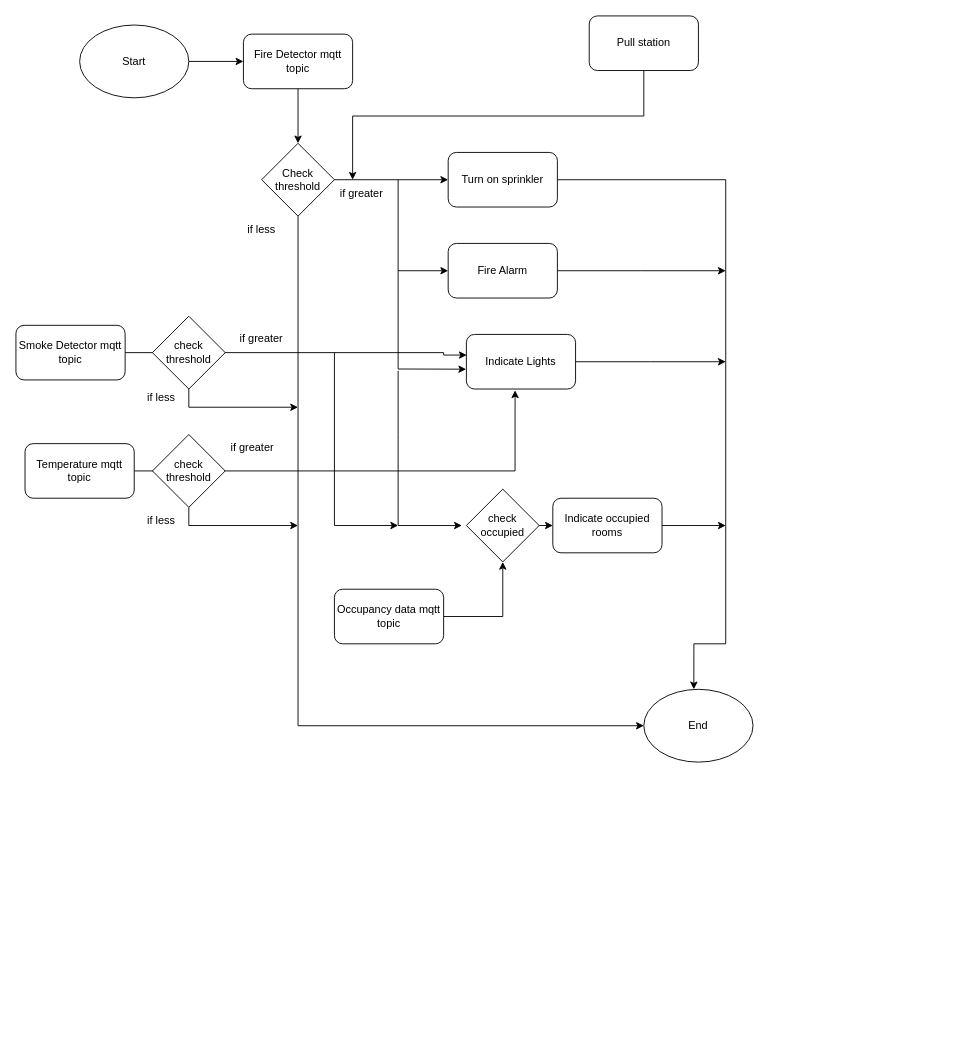
cepdnaclk/e17-co326-Smart-Building keeps this draw.io diagram as Group_G/_flows/fire_alarm.drawio. Above is the earlier version. Source tidied: cells renumbered, new cells numbered last; positions are measured from the earlier drawing's top-left corner, leaving out a move shared by most shapes. Both pictures are drawn from the tidied source at 91%, with x=0, y=0 at pixel (15, 15).
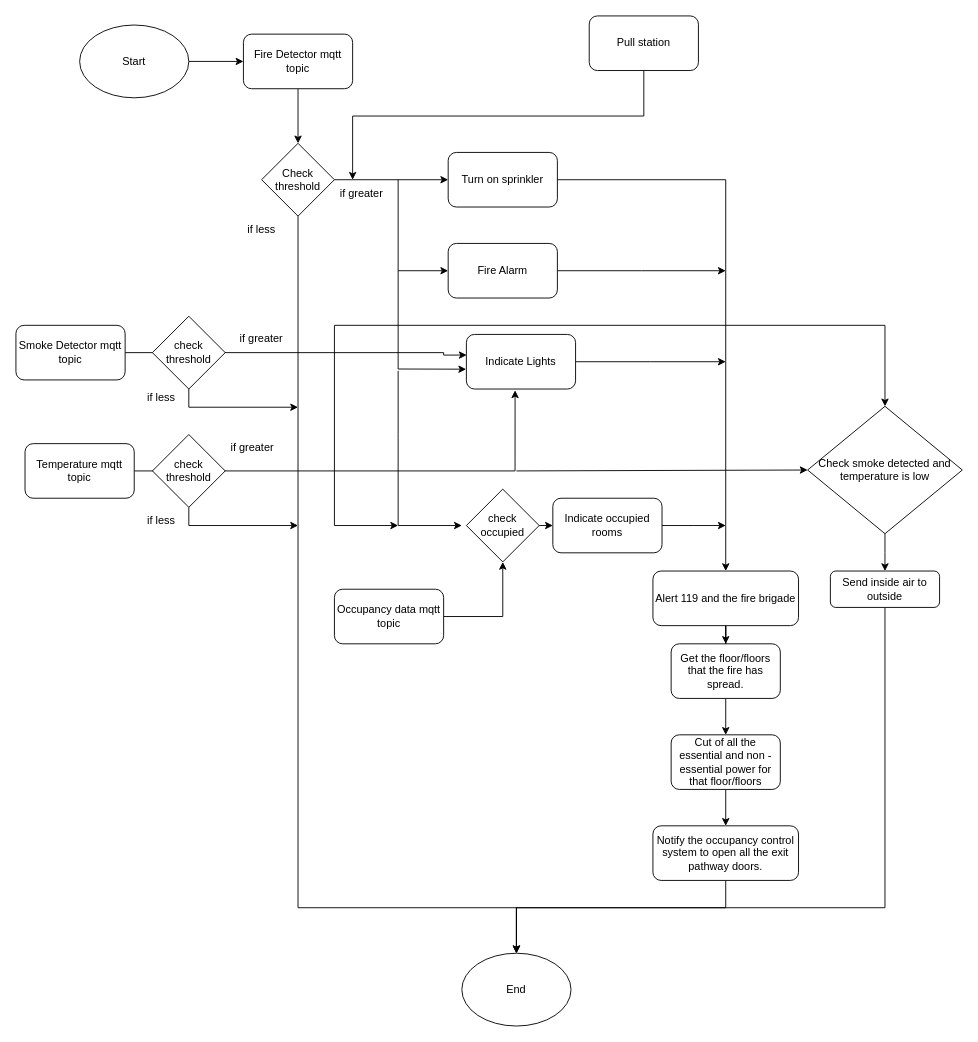
After the change.

Commit message:
Improved fire control flow

Unchanged cells that the change refers to:
```xml
<mxCell id="9" value="Check threshold" style="rhombus;whiteSpace=wrap;html=1;" parent="1" vertex="1">
  <mxGeometry x="270" y="140" width="80" height="80" as="geometry" />
</mxCell>
<mxCell id="11" value="Turn on sprinkler" style="rounded=1;whiteSpace=wrap;html=1;" parent="1" vertex="1">
  <mxGeometry x="475" y="150" width="120" height="60" as="geometry" />
</mxCell>
```

Change to the diagram source:
```diff
@@
     <mxCell id="4" value="End" style="ellipse;whiteSpace=wrap;html=1;" parent="1" vertex="1">
-      <mxGeometry x="690" y="740" width="120" height="80" as="geometry" />
+      <mxGeometry x="490" y="1030" width="120" height="80" as="geometry" />
     </mxCell>
@@
-    <mxCell id="8" style="edgeStyle=orthogonalEdgeStyle;rounded=0;jettySize=auto;html=1;entryX=0;entryY=0.5;entryDx=0;entryDy=0;" parent="1" edge="1" source="9" target="4">
+    <mxCell id="8" style="edgeStyle=orthogonalEdgeStyle;rounded=0;jettySize=auto;html=1;entryX=0.5;entryY=0;entryDx=0;entryDy=0;" parent="1" edge="1" source="9" target="4">
       <mxGeometry relative="1" as="geometry">
         <Array as="points">
-          <mxPoint x="310" y="780" />
+          <mxPoint x="310" y="980" />
+          <mxPoint x="550" y="980" />
         </Array>
       </mxGeometry>
     </mxCell>
@@
-    <mxCell id="10" style="edgeStyle=orthogonalEdgeStyle;rounded=0;jettySize=auto;html=1;exitX=1;exitY=0.5;exitDx=0;exitDy=0;entryX=0.458;entryY=0;entryDx=0;entryDy=0;entryPerimeter=0;" parent="1" edge="1" source="11" target="4">
-      <mxGeometry relative="1" as="geometry">
-        <Array as="points">
-          <mxPoint x="780" y="180" />
-          <mxPoint x="780" y="690" />
-        </Array>
-      </mxGeometry>
-    </mxCell>
+    <mxCell id="42" style="edgeStyle=orthogonalEdgeStyle;rounded=0;jettySize=auto;html=1;exitX=1;exitY=0.5;exitDx=0;exitDy=0;entryX=0.5;entryY=0;entryDx=0;entryDy=0;" parent="1" edge="1" source="11" target="56">
+      <mxGeometry relative="1" as="geometry">
+        <Array as="points">
+          <mxPoint x="780" y="180" />
+        </Array>
+      </mxGeometry>
+    </mxCell>
@@
+    <mxCell id="43" style="edgeStyle=orthogonalEdgeStyle;rounded=0;jettySize=auto;html=1;" parent="1" edge="1" source="44" target="46">
+      <mxGeometry relative="1" as="geometry" />
+    </mxCell>
+    <mxCell id="44" value="Cut of all the essential and non -essential power for that floor/floors" style="rounded=1;whiteSpace=wrap;html=1;" parent="1" vertex="1">
+      <mxGeometry x="720" y="790" width="120" height="60" as="geometry" />
+    </mxCell>
+    <mxCell id="45" style="edgeStyle=orthogonalEdgeStyle;rounded=0;jettySize=auto;html=1;entryX=0.5;entryY=0;entryDx=0;entryDy=0;" parent="1" edge="1" source="46" target="4">
+      <mxGeometry relative="1" as="geometry">
+        <Array as="points">
+          <mxPoint x="780" y="980" />
+          <mxPoint x="550" y="980" />
+        </Array>
+      </mxGeometry>
+    </mxCell>
+    <mxCell id="46" value="Notify the occupancy control system to open all the exit pathway doors." style="whiteSpace=wrap;html=1;rounded=1;" parent="1" vertex="1">
+      <mxGeometry x="700" y="890" width="160" height="60" as="geometry" />
+    </mxCell>
+    <mxCell id="47" style="endArrow=classic;html=1;rounded=0;entryX=0.5;entryY=0;entryDx=0;entryDy=0;" parent="1" edge="1" target="50">
+      <mxGeometry relative="1" as="geometry">
+        <mxPoint x="350" y="370" as="sourcePoint" />
+        <Array as="points">
+          <mxPoint x="350" y="340" />
+          <mxPoint x="955" y="340" />
+        </Array>
+      </mxGeometry>
+    </mxCell>
+    <mxCell id="48" style="endArrow=classic;html=1;rounded=0;entryX=0;entryY=0.5;entryDx=0;entryDy=0;" parent="1" edge="1" target="50">
+      <mxGeometry relative="1" as="geometry">
+        <mxPoint x="550" y="500" as="sourcePoint" />
+      </mxGeometry>
+    </mxCell>
+    <mxCell id="49" style="edgeStyle=orthogonalEdgeStyle;rounded=0;jettySize=auto;html=1;" parent="1" edge="1" source="50">
+      <mxGeometry relative="1" as="geometry">
+        <mxPoint x="955" y="610" as="targetPoint" />
+      </mxGeometry>
+    </mxCell>
+    <mxCell id="50" value="Check smoke detected and temperature is low" style="rhombus;whiteSpace=wrap;html=1;" parent="1" vertex="1">
+      <mxGeometry x="870" y="429" width="170" height="140" as="geometry" />
+    </mxCell>
+    <mxCell id="51" style="edgeStyle=orthogonalEdgeStyle;rounded=0;jettySize=auto;html=1;" parent="1" edge="1" source="52">
+      <mxGeometry relative="1" as="geometry">
+        <mxPoint x="550" y="1030" as="targetPoint" />
+        <Array as="points">
+          <mxPoint x="955" y="980" />
+          <mxPoint x="550" y="980" />
+        </Array>
+      </mxGeometry>
+    </mxCell>
+    <mxCell id="52" value="Send inside air to outside" style="rounded=1;whiteSpace=wrap;html=1;" parent="1" vertex="1">
+      <mxGeometry x="895" y="610" width="120" height="40" as="geometry" />
+    </mxCell>
+    <mxCell id="53" style="edgeStyle=orthogonalEdgeStyle;rounded=0;jettySize=auto;html=1;" parent="1" edge="1" source="54" target="44">
+      <mxGeometry relative="1" as="geometry" />
+    </mxCell>
+    <mxCell id="54" value="Get the floor/floors that the fire has spread." style="rounded=1;whiteSpace=wrap;html=1;" parent="1" vertex="1">
+      <mxGeometry x="720" y="690" width="120" height="60" as="geometry" />
+    </mxCell>
+    <mxCell id="55" style="edgeStyle=orthogonalEdgeStyle;rounded=0;jettySize=auto;html=1;" parent="1" edge="1" source="56" target="54">
+      <mxGeometry relative="1" as="geometry" />
+    </mxCell>
+    <mxCell id="56" value="Alert 119 and the fire brigade" style="whiteSpace=wrap;html=1;rounded=1;" parent="1" vertex="1">
+      <mxGeometry x="700" y="610" width="160" height="60" as="geometry" />
+    </mxCell>
```
